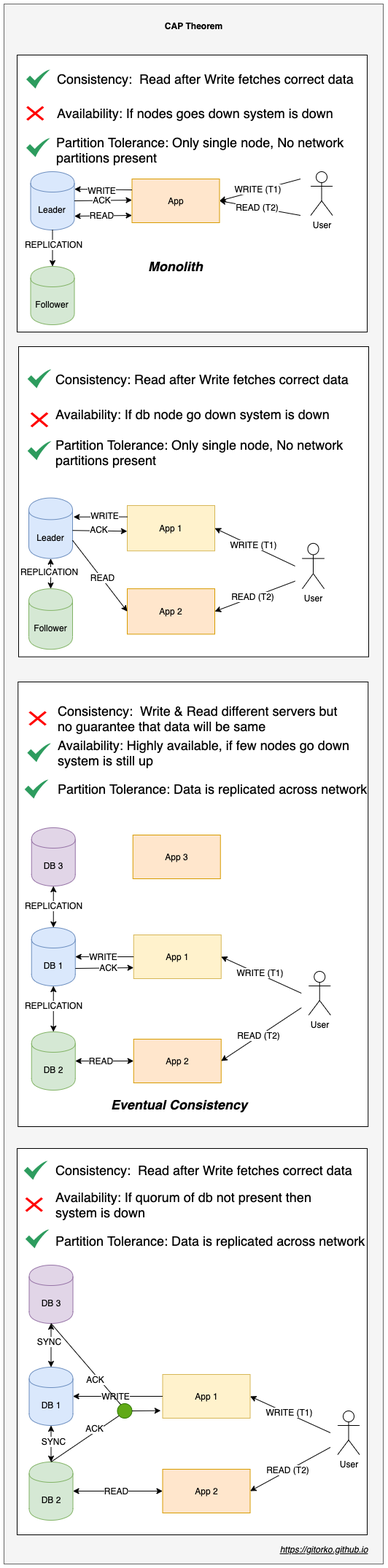
Before: post/grokking-the-system-design-interview/cap-theorem.png, a diagram exported from draw.io (gitorko/gitorko.github.io). Source tidied: cells renumbered, new cells last; positions are measured from the earlier drawing's top-left corner, leaving out a move shared by most shapes.
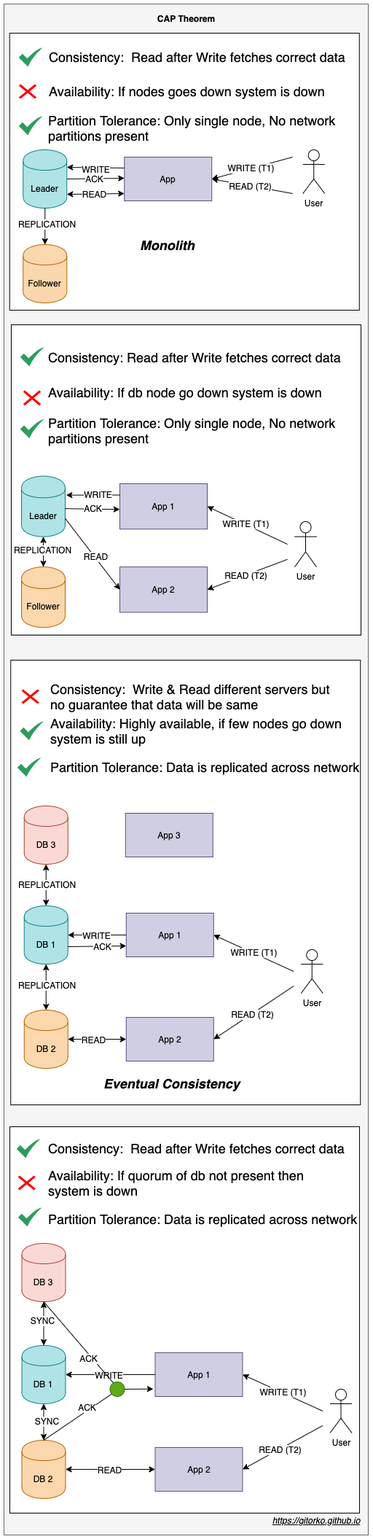
The same file after the commit.

What changed in the source:
```diff
@@ -3,7 +3,7 @@
     <mxCell id="0" />
     <mxCell id="1" parent="0" />
     <mxCell id="2" style="rounded=0;whiteSpace=wrap;html=1;fillColor=#f5f5f5;strokeColor=#666666;fontColor=#333333;" parent="1" vertex="1">
-      <mxGeometry width="520" height="2140" as="geometry" />
+      <mxGeometry x="10" y="30" width="500" height="2100" as="geometry" />
     </mxCell>
     <mxCell id="3" style="group;" parent="1" vertex="1">
       <mxGeometry x="18" y="1570" width="481.2" height="530" as="geometry" />
@@ -11,13 +11,13 @@
     <mxCell id="4" style="rounded=0;whiteSpace=wrap;html=1;" parent="3" vertex="1">
       <mxGeometry width="480" height="530" as="geometry" />
     </mxCell>
-    <mxCell id="5" value="App 1" style="rounded=0;whiteSpace=wrap;html=1;fillColor=#fff2cc;strokeColor=#d6b656;" parent="3" vertex="1">
+    <mxCell id="5" value="App 1" style="rounded=0;whiteSpace=wrap;html=1;fillColor=#d0cee2;strokeColor=#56517e;" parent="3" vertex="1">
       <mxGeometry x="199.5" y="310" width="120" height="60" as="geometry" />
     </mxCell>
-    <mxCell id="6" value="App 2" style="rounded=0;whiteSpace=wrap;html=1;fillColor=#ffe6cc;strokeColor=#d79b00;" parent="3" vertex="1">
+    <mxCell id="6" value="App 2" style="rounded=0;whiteSpace=wrap;html=1;fillColor=#d0cee2;strokeColor=#56517e;" parent="3" vertex="1">
       <mxGeometry x="199.5" y="440" width="120" height="60" as="geometry" />
     </mxCell>
-    <mxCell id="7" value="DB 1" style="shape=cylinder;whiteSpace=wrap;html=1;boundedLbl=1;backgroundOutline=1;fillColor=#dae8fc;strokeColor=#6c8ebf;" parent="3" vertex="1">
+    <mxCell id="7" value="DB 1" style="shape=cylinder;whiteSpace=wrap;html=1;boundedLbl=1;backgroundOutline=1;fillColor=#b0e3e6;strokeColor=#0e8088;" parent="3" vertex="1">
       <mxGeometry x="16.5" y="300" width="60" height="80" as="geometry" />
     </mxCell>
     <mxCell id="8" style="edgeStyle=orthogonalEdgeStyle;rounded=0;jettySize=auto;html=1;entryX=1;entryY=0.5;entryDx=0;entryDy=0;" parent="3" edge="1" source="5" target="7">
@@ -26,7 +26,7 @@
     <mxCell id="9" value="WRITE" style="text;html=1;align=center;verticalAlign=middle;labelBackgroundColor=#ffffff;" parent="8" vertex="1">
       <mxGeometry x="0.05" relative="1" as="geometry" />
     </mxCell>
-    <mxCell id="10" value="DB 2" style="shape=cylinder;whiteSpace=wrap;html=1;boundedLbl=1;backgroundOutline=1;fillColor=#d5e8d4;strokeColor=#82b366;" parent="3" vertex="1">
+    <mxCell id="10" value="DB 2" style="shape=cylinder;whiteSpace=wrap;html=1;boundedLbl=1;backgroundOutline=1;fillColor=#fad7ac;strokeColor=#b46504;" parent="3" vertex="1">
       <mxGeometry x="16.5" y="430" width="60" height="80" as="geometry" />
     </mxCell>
     <mxCell id="11" style="edgeStyle=orthogonalEdgeStyle;rounded=0;jettySize=auto;html=1;entryX=1;entryY=0.5;entryDx=0;entryDy=0;startArrow=classic;startFill=1;" parent="3" edge="1" source="6" target="10">
@@ -92,7 +92,7 @@
     <mxCell id="27" style="html=1;strokeColor=none;shadow=0;align=center;verticalAlign=top;fillColor=#2D9C5E;shape=mxgraph.gcp2.check;" parent="3" vertex="1">
       <mxGeometry x="9.2" y="17" width="32.5" height="26" as="geometry" />
     </mxCell>
-    <mxCell id="28" value="DB 3" style="shape=cylinder;whiteSpace=wrap;html=1;boundedLbl=1;backgroundOutline=1;fillColor=#e1d5e7;strokeColor=#9673a6;" parent="3" vertex="1">
+    <mxCell id="28" value="DB 3" style="shape=cylinder;whiteSpace=wrap;html=1;boundedLbl=1;backgroundOutline=1;fillColor=#fad9d5;strokeColor=#ae4132;" parent="3" vertex="1">
       <mxGeometry x="16.5" y="160" width="60" height="80" as="geometry" />
     </mxCell>
     <mxCell id="29" style="edgeStyle=orthogonalEdgeStyle;rounded=0;jettySize=auto;html=1;startArrow=classic;startFill=1;" parent="3" edge="1" source="7" target="28">
@@ -123,13 +123,13 @@
     <mxCell id="36" style="rounded=0;whiteSpace=wrap;html=1;" parent="35" vertex="1">
       <mxGeometry width="480" height="610" as="geometry" />
     </mxCell>
-    <mxCell id="37" value="App 1" style="rounded=0;whiteSpace=wrap;html=1;fillColor=#fff2cc;strokeColor=#d6b656;" parent="35" vertex="1">
+    <mxCell id="37" value="App 1" style="rounded=0;whiteSpace=wrap;html=1;fillColor=#d0cee2;strokeColor=#56517e;" parent="35" vertex="1">
       <mxGeometry x="158.5" y="347" width="120" height="60" as="geometry" />
     </mxCell>
-    <mxCell id="38" value="App 2" style="rounded=0;whiteSpace=wrap;html=1;fillColor=#ffe6cc;strokeColor=#d79b00;" parent="35" vertex="1">
+    <mxCell id="38" value="App 2" style="rounded=0;whiteSpace=wrap;html=1;fillColor=#d0cee2;strokeColor=#56517e;" parent="35" vertex="1">
       <mxGeometry x="158.5" y="490" width="120" height="60" as="geometry" />
     </mxCell>
-    <mxCell id="39" value="DB 1" style="shape=cylinder;whiteSpace=wrap;html=1;boundedLbl=1;backgroundOutline=1;fillColor=#dae8fc;strokeColor=#6c8ebf;" parent="35" vertex="1">
+    <mxCell id="39" value="DB 1" style="shape=cylinder;whiteSpace=wrap;html=1;boundedLbl=1;backgroundOutline=1;fillColor=#b0e3e6;strokeColor=#0e8088;" parent="35" vertex="1">
       <mxGeometry x="18.5" y="337" width="60" height="80" as="geometry" />
     </mxCell>
     <mxCell id="40" style="edgeStyle=orthogonalEdgeStyle;rounded=0;jettySize=auto;html=1;entryX=1;entryY=0.5;entryDx=0;entryDy=0;" parent="35" edge="1" source="37" target="39">
@@ -138,7 +138,7 @@
     <mxCell id="41" value="WRITE" style="text;html=1;align=center;verticalAlign=middle;labelBackgroundColor=#ffffff;" parent="40" vertex="1">
       <mxGeometry x="0.05" relative="1" as="geometry" />
     </mxCell>
-    <mxCell id="42" value="DB 2" style="shape=cylinder;whiteSpace=wrap;html=1;boundedLbl=1;backgroundOutline=1;fillColor=#d5e8d4;strokeColor=#82b366;" parent="35" vertex="1">
+    <mxCell id="42" value="DB 2" style="shape=cylinder;whiteSpace=wrap;html=1;boundedLbl=1;backgroundOutline=1;fillColor=#fad7ac;strokeColor=#b46504;" parent="35" vertex="1">
       <mxGeometry x="18.5" y="480" width="60" height="80" as="geometry" />
     </mxCell>
     <mxCell id="43" style="edgeStyle=orthogonalEdgeStyle;rounded=0;jettySize=auto;html=1;entryX=1;entryY=0.5;entryDx=0;entryDy=0;startArrow=classic;startFill=1;" parent="35" edge="1" source="38" target="42">
@@ -202,7 +202,7 @@
     <mxCell id="59" value="&lt;font style=&quot;font-size: 18px&quot;&gt;Eventual Consistency&lt;/font&gt;" style="text;html=1;strokeColor=none;fillColor=none;align=left;verticalAlign=middle;whiteSpace=wrap;rounded=0;fontStyle=3;" parent="35" vertex="1">
       <mxGeometry x="126" y="580" width="242" as="geometry" />
     </mxCell>
-    <mxCell id="60" value="DB 3" style="shape=cylinder;whiteSpace=wrap;html=1;boundedLbl=1;backgroundOutline=1;fillColor=#e1d5e7;strokeColor=#9673a6;" parent="35" vertex="1">
+    <mxCell id="60" value="DB 3" style="shape=cylinder;whiteSpace=wrap;html=1;boundedLbl=1;backgroundOutline=1;fillColor=#fad9d5;strokeColor=#ae4132;" parent="35" vertex="1">
       <mxGeometry x="18.5" y="200" width="60" height="80" as="geometry" />
     </mxCell>
     <mxCell id="61" style="edgeStyle=orthogonalEdgeStyle;rounded=0;jettySize=auto;html=1;startArrow=classic;startFill=1;" parent="35" edge="1" source="39" target="60">
@@ -213,46 +213,40 @@
         <mxPoint y="12.4" as="offset" />
       </mxGeometry>
     </mxCell>
-    <mxCell id="63" value="App 3" style="rounded=0;whiteSpace=wrap;html=1;fillColor=#ffe6cc;strokeColor=#d79b00;" parent="35" vertex="1">
+    <mxCell id="63" value="App 3" style="rounded=0;whiteSpace=wrap;html=1;fillColor=#d0cee2;strokeColor=#56517e;" parent="35" vertex="1">
       <mxGeometry x="157.5" y="210" width="120" height="60" as="geometry" />
     </mxCell>
     <mxCell id="64" style="html=1;strokeColor=none;shadow=0;align=center;verticalAlign=top;fillColor=#2D9C5E;shape=mxgraph.gcp2.check;" parent="35" vertex="1">
       <mxGeometry x="9" y="134" width="32.5" height="26" as="geometry" />
     </mxCell>
-    <mxCell id="65" style="group;" parent="1" vertex="1">
+    <mxCell id="65" style="group;fillColor=#b1ddf0;strokeColor=#10739e;" parent="1" vertex="1">
       <mxGeometry x="20" y="470" width="480" height="425.6" as="geometry" />
     </mxCell>
-    <mxCell id="66" style="group;" parent="65" vertex="1">
-      <mxGeometry width="480" height="425.6" as="geometry" />
-    </mxCell>
-    <mxCell id="67" style="group;" parent="66" vertex="1">
+    <mxCell id="67" style="group;" parent="65" vertex="1">
       <mxGeometry width="480" height="425.6" as="geometry" />
     </mxCell>
-    <mxCell id="68" style="group;" parent="67" vertex="1">
-      <mxGeometry width="480" height="425.6" as="geometry" />
-    </mxCell>
-    <mxCell id="69" style="rounded=0;whiteSpace=wrap;html=1;" parent="68" vertex="1">
+    <mxCell id="69" style="rounded=0;whiteSpace=wrap;html=1;" parent="67" vertex="1">
       <mxGeometry width="480" height="425.6" as="geometry" />
     </mxCell>
-    <mxCell id="70" value="App 1" style="rounded=0;whiteSpace=wrap;html=1;fillColor=#fff2cc;strokeColor=#d6b656;" parent="68" vertex="1">
+    <mxCell id="70" value="App 1" style="rounded=0;whiteSpace=wrap;html=1;fillColor=#d0cee2;strokeColor=#56517e;" parent="67" vertex="1">
       <mxGeometry x="149" y="218" width="120" height="62.3" as="geometry" />
     </mxCell>
-    <mxCell id="71" value="App 2" style="rounded=0;whiteSpace=wrap;html=1;fillColor=#ffe6cc;strokeColor=#d79b00;" parent="68" vertex="1">
+    <mxCell id="71" value="App 2" style="rounded=0;whiteSpace=wrap;html=1;fillColor=#d0cee2;strokeColor=#56517e;" parent="67" vertex="1">
       <mxGeometry x="149" y="332.2" width="120" height="62.3" as="geometry" />
     </mxCell>
-    <mxCell id="72" value="Leader" style="shape=cylinder;whiteSpace=wrap;html=1;boundedLbl=1;backgroundOutline=1;fillColor=#dae8fc;strokeColor=#6c8ebf;" parent="68" vertex="1">
+    <mxCell id="72" value="Leader" style="shape=cylinder;whiteSpace=wrap;html=1;boundedLbl=1;backgroundOutline=1;fillColor=#b0e3e6;strokeColor=#0e8088;" parent="67" vertex="1">
       <mxGeometry x="14" y="207.6" width="60" height="83" as="geometry" />
     </mxCell>
-    <mxCell id="73" value="Follower" style="shape=cylinder;whiteSpace=wrap;html=1;boundedLbl=1;backgroundOutline=1;fillColor=#d5e8d4;strokeColor=#82b366;" parent="68" vertex="1">
+    <mxCell id="73" value="Follower" style="shape=cylinder;whiteSpace=wrap;html=1;boundedLbl=1;backgroundOutline=1;fillColor=#fad7ac;strokeColor=#b46504;" parent="67" vertex="1">
       <mxGeometry x="14" y="332.2" width="60" height="83" as="geometry" />
     </mxCell>
-    <mxCell id="74" value="User" style="shape=umlActor;verticalLabelPosition=bottom;labelBackgroundColor=#ffffff;verticalAlign=top;html=1;" parent="68" vertex="1">
+    <mxCell id="74" value="User" style="shape=umlActor;verticalLabelPosition=bottom;labelBackgroundColor=#ffffff;verticalAlign=top;html=1;" parent="67" vertex="1">
       <mxGeometry x="389" y="269.9" width="30" height="62.3" as="geometry" />
     </mxCell>
-    <mxCell id="75" value="&lt;font style=&quot;font-size: 18px&quot;&gt;Consistency:&amp;nbsp;&lt;/font&gt;&lt;span style=&quot;font-size: 18px&quot;&gt;Read after Write fetches correct data&lt;/span&gt;" style="text;html=1;strokeColor=none;fillColor=none;align=left;verticalAlign=middle;whiteSpace=wrap;rounded=0;" parent="68" vertex="1">
+    <mxCell id="75" value="&lt;font style=&quot;font-size: 18px&quot;&gt;Consistency:&amp;nbsp;&lt;/font&gt;&lt;span style=&quot;font-size: 18px&quot;&gt;Read after Write fetches correct data&lt;/span&gt;" style="text;html=1;strokeColor=none;fillColor=none;align=left;verticalAlign=middle;whiteSpace=wrap;rounded=0;" parent="67" vertex="1">
       <mxGeometry x="49" y="34.3" width="410" height="20.8" as="geometry" />
     </mxCell>
-    <mxCell id="76" style="endArrow=classic;html=1;entryX=1;entryY=0.5;entryDx=0;entryDy=0;" parent="68" edge="1" target="70">
+    <mxCell id="76" style="endArrow=classic;html=1;entryX=1;entryY=0.5;entryDx=0;entryDy=0;" parent="67" edge="1" target="70">
       <mxGeometry relative="1" as="geometry">
         <mxPoint x="379" y="301" as="sourcePoint" />
       </mxGeometry>
@@ -260,7 +254,7 @@
     <mxCell id="77" value="WRITE (T1)" style="text;html=1;align=center;verticalAlign=middle;labelBackgroundColor=#ffffff;" parent="76" vertex="1">
       <mxGeometry x="0.05" y="-2" relative="1" as="geometry" />
     </mxCell>
-    <mxCell id="78" style="endArrow=classic;html=1;entryX=1;entryY=0.5;entryDx=0;entryDy=0;" parent="68" edge="1" target="71">
+    <mxCell id="78" style="endArrow=classic;html=1;entryX=1;entryY=0.5;entryDx=0;entryDy=0;" parent="67" edge="1" target="71">
       <mxGeometry relative="1" as="geometry">
         <mxPoint x="379" y="321.8" as="sourcePoint" />
       </mxGeometry>
@@ -270,34 +264,34 @@
         <mxPoint y="-1" as="offset" />
       </mxGeometry>
     </mxCell>
-    <mxCell id="80" style="html=1;strokeColor=none;shadow=0;align=center;verticalAlign=top;fillColor=#2D9C5E;shape=mxgraph.gcp2.check;" parent="68" vertex="1">
+    <mxCell id="80" style="html=1;strokeColor=none;shadow=0;align=center;verticalAlign=top;fillColor=#2D9C5E;shape=mxgraph.gcp2.check;" parent="67" vertex="1">
       <mxGeometry x="12.2" y="129.7" width="32.5" height="26" as="geometry" />
     </mxCell>
-    <mxCell id="81" value="&lt;font style=&quot;font-size: 18px&quot;&gt;Availability: If db node go down system is down&lt;/font&gt;" style="text;html=1;strokeColor=none;fillColor=none;align=left;verticalAlign=middle;whiteSpace=wrap;rounded=0;" parent="68" vertex="1">
+    <mxCell id="81" value="&lt;font style=&quot;font-size: 18px&quot;&gt;Availability: If db node go down system is down&lt;/font&gt;" style="text;html=1;strokeColor=none;fillColor=none;align=left;verticalAlign=middle;whiteSpace=wrap;rounded=0;" parent="67" vertex="1">
       <mxGeometry x="49" y="83" width="410" height="20.8" as="geometry" />
     </mxCell>
-    <mxCell id="82" value="&lt;font style=&quot;font-size: 18px&quot;&gt;Partition Tolerance:&amp;nbsp;&lt;/font&gt;&lt;span style=&quot;font-size: 18px&quot;&gt;Only single node, No network partitions present&lt;/span&gt;" style="text;html=1;strokeColor=none;fillColor=none;align=left;verticalAlign=middle;whiteSpace=wrap;rounded=0;" parent="68" vertex="1">
+    <mxCell id="82" value="&lt;font style=&quot;font-size: 18px&quot;&gt;Partition Tolerance:&amp;nbsp;&lt;/font&gt;&lt;span style=&quot;font-size: 18px&quot;&gt;Only single node, No network partitions present&lt;/span&gt;" style="text;html=1;strokeColor=none;fillColor=none;align=left;verticalAlign=middle;whiteSpace=wrap;rounded=0;" parent="67" vertex="1">
       <mxGeometry x="49" y="134.9" width="430" height="20.8" as="geometry" />
     </mxCell>
-    <mxCell id="83" style="html=1;strokeColor=none;shadow=0;align=center;verticalAlign=top;fillColor=#2D9C5E;shape=mxgraph.gcp2.check;" parent="68" vertex="1">
+    <mxCell id="83" style="html=1;strokeColor=none;shadow=0;align=center;verticalAlign=top;fillColor=#2D9C5E;shape=mxgraph.gcp2.check;" parent="67" vertex="1">
       <mxGeometry x="12.2" y="31.1" width="32.5" height="26" as="geometry" />
     </mxCell>
-    <mxCell id="84" style="shape=mxgraph.mockup.markup.redX;fillColor=#ff0000;html=1;shadow=0;strokeColor=none;" parent="68" vertex="1">
+    <mxCell id="84" style="shape=mxgraph.mockup.markup.redX;fillColor=#ff0000;html=1;shadow=0;strokeColor=none;" parent="67" vertex="1">
       <mxGeometry x="16.2" y="90" width="24.5" height="20.8" as="geometry" />
     </mxCell>
-    <mxCell id="85" style="endArrow=classic;html=1;exitX=1;exitY=0.7;exitDx=0;exitDy=0;entryX=0;entryY=0.5;entryDx=0;entryDy=0;" parent="68" edge="1" source="72" target="71">
+    <mxCell id="85" style="endArrow=classic;html=1;exitX=1;exitY=0.7;exitDx=0;exitDy=0;entryX=0;entryY=0.5;entryDx=0;entryDy=0;" parent="67" edge="1" source="72" target="71">
       <mxGeometry relative="1" as="geometry" />
     </mxCell>
     <mxCell id="86" value="READ" style="text;html=1;align=center;verticalAlign=middle;labelBackgroundColor=#ffffff;" parent="85" vertex="1">
       <mxGeometry x="0.06" y="1" relative="1" as="geometry" />
     </mxCell>
-    <mxCell id="87" style="edgeStyle=orthogonalEdgeStyle;rounded=0;jettySize=auto;html=1;startArrow=classic;startFill=1;" parent="68" edge="1" source="72" target="73">
+    <mxCell id="87" style="edgeStyle=orthogonalEdgeStyle;rounded=0;jettySize=auto;html=1;startArrow=classic;startFill=1;" parent="67" edge="1" source="72" target="73">
       <mxGeometry relative="1" as="geometry" />
     </mxCell>
     <mxCell id="88" value="&lt;font color=&quot;#000000&quot;&gt;REPLICATION&lt;/font&gt;" style="text;html=1;align=center;verticalAlign=middle;labelBackgroundColor=#ffffff;fontColor=#FFFF66;" parent="87" vertex="1">
       <mxGeometry x="-0.14" y="-2" relative="1" as="geometry" />
     </mxCell>
-    <mxCell id="89" style="endArrow=classic;html=1;exitX=0;exitY=0.25;exitDx=0;exitDy=0;entryX=1.022;entryY=0.314;entryDx=0;entryDy=0;entryPerimeter=0;" parent="68" edge="1" source="70" target="72">
+    <mxCell id="89" style="endArrow=classic;html=1;exitX=0;exitY=0.25;exitDx=0;exitDy=0;entryX=1.022;entryY=0.314;entryDx=0;entryDy=0;entryPerimeter=0;" parent="67" edge="1" source="70" target="72">
       <mxGeometry relative="1" as="geometry" />
     </mxCell>
     <mxCell id="90" value="WRITE" style="text;html=1;align=center;verticalAlign=middle;labelBackgroundColor=#ffffff;" parent="89" vertex="1">
@@ -305,7 +299,7 @@
         <mxPoint x="-8.3" y="-2.1" as="offset" />
       </mxGeometry>
     </mxCell>
-    <mxCell id="91" style="endArrow=classic;html=1;exitX=1.001;exitY=0.437;exitDx=0;exitDy=0;entryX=-0.001;entryY=0.433;entryDx=0;entryDy=0;entryPerimeter=0;exitPerimeter=0;" parent="68" edge="1">
+    <mxCell id="91" style="endArrow=classic;html=1;exitX=1.001;exitY=0.437;exitDx=0;exitDy=0;entryX=-0.001;entryY=0.433;entryDx=0;entryDy=0;entryPerimeter=0;exitPerimeter=0;" parent="67" edge="1">
       <mxGeometry relative="1" as="geometry">
         <mxPoint x="74.1" y="252.2" as="sourcePoint" />
         <mxPoint x="148.9" y="253.2" as="targetPoint" />
@@ -316,22 +310,25 @@
         <mxPoint x="11.7" y="-2.1" as="offset" />
       </mxGeometry>
     </mxCell>
-    <mxCell id="93" style="group;" parent="1" vertex="1">
-      <mxGeometry x="18" y="70" width="481.5" height="380" as="geometry" />
-    </mxCell>
+    <mxCell id="119" value="https://gitorko.github.io" style="text;html=1;strokeColor=none;fillColor=none;align=center;verticalAlign=middle;whiteSpace=wrap;rounded=0;fontStyle=6;" parent="1" vertex="1">
+      <mxGeometry x="379.2" y="2100" width="120" height="20" as="geometry" />
+    </mxCell>
+    <mxCell id="120" value="CAP Theorem" style="text;html=1;strokeColor=none;fillColor=none;align=center;verticalAlign=middle;whiteSpace=wrap;rounded=0;fontStyle=1;" parent="1" vertex="1">
+      <mxGeometry x="201.1" y="40" width="119" height="20" as="geometry" />
+    </mxCell>
-    <mxCell id="94" style="group;" parent="93" vertex="1">
-      <mxGeometry width="481.5" height="380" as="geometry" />
+    <mxCell id="94" style="group;" parent="1" vertex="1">
+      <mxGeometry x="17.8" y="70" width="481.5" height="380" as="geometry" />
     </mxCell>
     <mxCell id="95" style="rounded=0;whiteSpace=wrap;html=1;" parent="94" vertex="1">
       <mxGeometry width="480" height="380" as="geometry" />
     </mxCell>
-    <mxCell id="96" value="App" style="rounded=0;whiteSpace=wrap;html=1;fillColor=#ffe6cc;strokeColor=#d79b00;" parent="94" vertex="1">
+    <mxCell id="96" value="App" style="rounded=0;whiteSpace=wrap;html=1;fillColor=#d0cee2;strokeColor=#56517e;" parent="94" vertex="1">
       <mxGeometry x="157.5" y="170" width="120" height="60" as="geometry" />
     </mxCell>
-    <mxCell id="97" value="Leader" style="shape=cylinder;whiteSpace=wrap;html=1;boundedLbl=1;backgroundOutline=1;fillColor=#dae8fc;strokeColor=#6c8ebf;" parent="94" vertex="1">
+    <mxCell id="97" value="Leader" style="shape=cylinder;whiteSpace=wrap;html=1;boundedLbl=1;backgroundOutline=1;fillColor=#b0e3e6;strokeColor=#0e8088;" parent="94" vertex="1">
       <mxGeometry x="18.5" y="160" width="60" height="80" as="geometry" />
     </mxCell>
-    <mxCell id="98" value="Follower" style="shape=cylinder;whiteSpace=wrap;html=1;boundedLbl=1;backgroundOutline=1;fillColor=#d5e8d4;strokeColor=#82b366;" parent="94" vertex="1">
+    <mxCell id="98" value="Follower" style="shape=cylinder;whiteSpace=wrap;html=1;boundedLbl=1;backgroundOutline=1;fillColor=#fad7ac;strokeColor=#b46504;" parent="94" vertex="1">
       <mxGeometry x="18.5" y="290" width="60" height="80" as="geometry" />
     </mxCell>
     <mxCell id="99" value="User" style="shape=umlActor;verticalLabelPosition=bottom;labelBackgroundColor=#ffffff;verticalAlign=top;html=1;" parent="94" vertex="1">
@@ -414,11 +411,5 @@
     <mxCell id="118" style="html=1;strokeColor=none;shadow=0;align=center;verticalAlign=top;fillColor=#2D9C5E;shape=mxgraph.gcp2.check;" parent="94" vertex="1">
       <mxGeometry x="12.5" y="114" width="32.5" height="26" as="geometry" />
     </mxCell>
-    <mxCell id="119" value="https://gitorko.github.io" style="text;html=1;strokeColor=none;fillColor=none;align=center;verticalAlign=middle;whiteSpace=wrap;rounded=0;fontStyle=6;" parent="1" vertex="1">
-      <mxGeometry x="379.2" y="2110" width="120" height="20" as="geometry" />
-    </mxCell>
-    <mxCell id="120" value="CAP Theorem" style="text;html=1;strokeColor=none;fillColor=none;align=center;verticalAlign=middle;whiteSpace=wrap;rounded=0;fontStyle=1;" parent="1" vertex="1">
-      <mxGeometry x="201.1" y="20" width="119" height="20" as="geometry" />
-    </mxCell>
   </root>
 </mxGraphModel>
```
